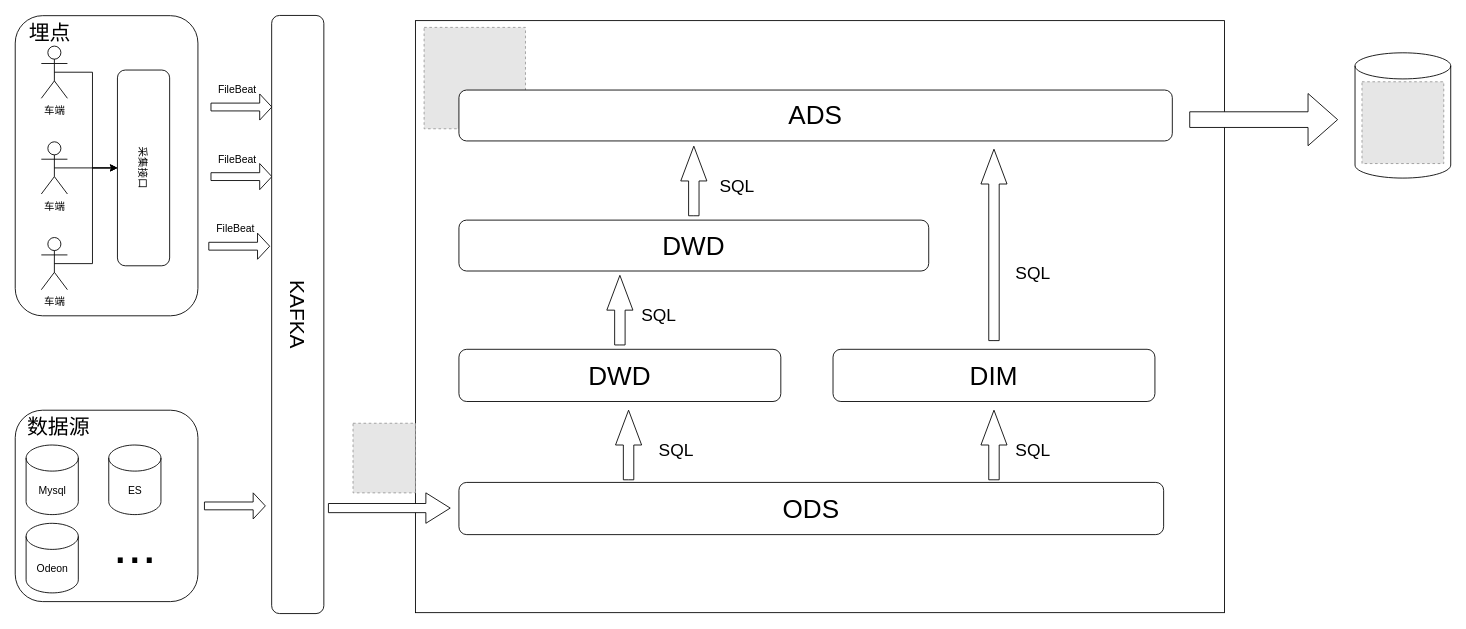
shaozc3g/draw_io keeps this draw.io diagram as page "第 2 页" (2 of 3) of 数仓方案设计一.drawio. Above is the earlier version. Source tidied: cells renumbered, new cells numbered last; positions are measured from the earlier drawing's top-left corner, leaving out a move shared by most shapes. Both pictures are drawn from the tidied source at 87%, with x=0, y=0 at pixel (-2, 15). Pictures stored in the file or linked from it are replaced by grey dashed boxes.
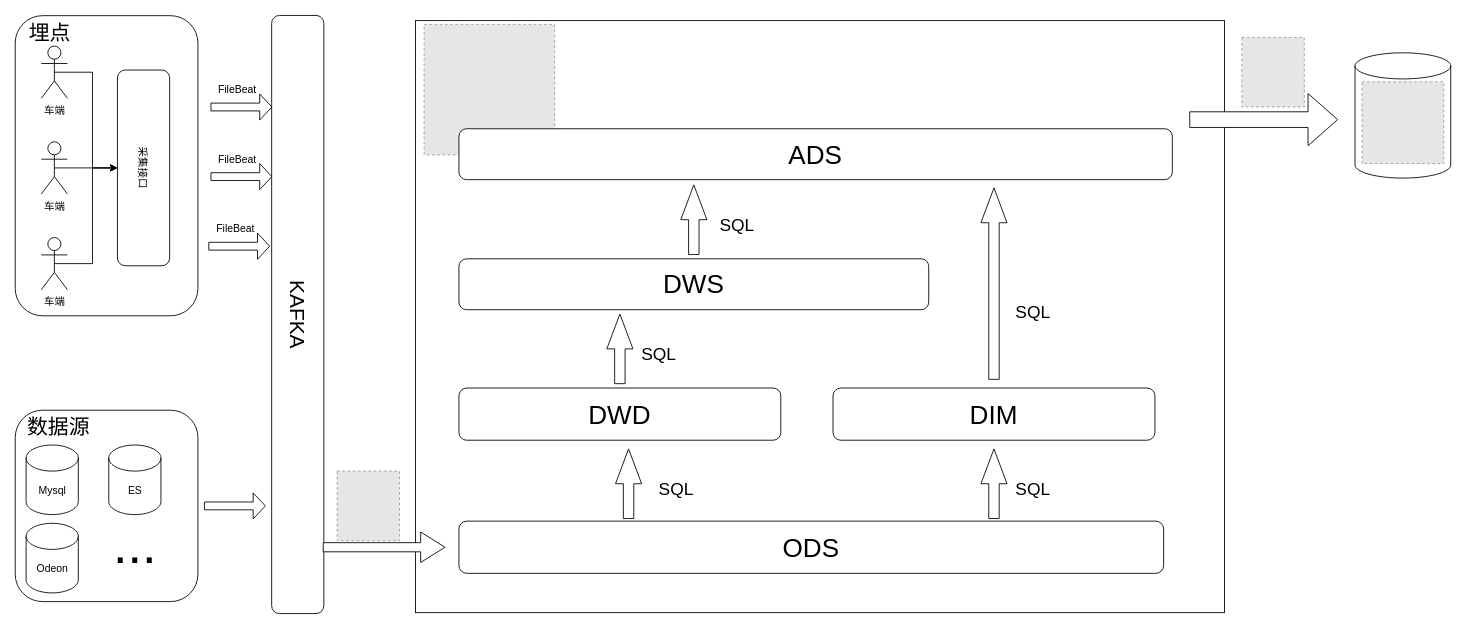
The same page after the edit.

Commit message:
更新数仓方案设计一.drawio

Diff of the diagram source:
```diff
@@
     <mxCell id="26" style="shape=singleArrow;whiteSpace=wrap;html=1;" parent="1" vertex="1">
-      <mxGeometry x="379" y="549" width="140" height="35" as="geometry" />
+      <mxGeometry x="373" y="594" width="140" height="35" as="geometry" />
     </mxCell>
     <mxCell id="27" style="fillColor=#E6E6E6;strokeColor=#999999;dashed=1;verticalLabelPosition=bottom;verticalAlign=top;" parent="1" vertex="1">
-      <mxGeometry x="407.3" y="469" width="71.7" height="80" as="geometry" />
+      <mxGeometry x="389" y="524" width="71.7" height="80" as="geometry" />
     </mxCell>
     <mxCell id="28" style="fillColor=#E6E6E6;strokeColor=#999999;dashed=1;verticalLabelPosition=bottom;verticalAlign=top;" parent="1" vertex="1">
-      <mxGeometry x="489" y="14" width="116.5" height="116.5" as="geometry" />
+      <mxGeometry x="489" y="10.5" width="150" height="150" as="geometry" />
     </mxCell>
     <mxCell id="29" value="&lt;font style=&quot;font-size: 30px;&quot;&gt;ODS&lt;/font&gt;" style="rounded=1;whiteSpace=wrap;html=1;" parent="1" vertex="1">
-      <mxGeometry x="529" y="537" width="810" height="60" as="geometry" />
+      <mxGeometry x="529" y="581.5" width="810" height="60" as="geometry" />
     </mxCell>
     <mxCell id="30" value="&lt;font style=&quot;font-size: 30px;&quot;&gt;DWD&lt;/font&gt;" style="rounded=1;whiteSpace=wrap;html=1;" parent="1" vertex="1">
-      <mxGeometry x="529" y="384" width="370" height="60" as="geometry" />
+      <mxGeometry x="529" y="428.5" width="370" height="60" as="geometry" />
     </mxCell>
     <mxCell id="31" value="&lt;font style=&quot;font-size: 30px;&quot;&gt;DIM&lt;/font&gt;" style="rounded=1;whiteSpace=wrap;html=1;" parent="1" vertex="1">
-      <mxGeometry x="959" y="384" width="370" height="60" as="geometry" />
+      <mxGeometry x="959" y="428.5" width="370" height="60" as="geometry" />
     </mxCell>
     <mxCell id="32" style="html=1;shadow=0;dashed=0;align=center;verticalAlign=middle;shape=mxgraph.arrows2.arrow;dy=0.6;dx=40;direction=north;notch=0;" parent="1" vertex="1">
-      <mxGeometry x="709" y="454" width="30" height="80" as="geometry" />
+      <mxGeometry x="709" y="498.5" width="30" height="80" as="geometry" />
     </mxCell>
     <mxCell id="33" style="html=1;shadow=0;dashed=0;align=center;verticalAlign=middle;shape=mxgraph.arrows2.arrow;dy=0.6;dx=40;direction=north;notch=0;" parent="1" vertex="1">
-      <mxGeometry x="1129" y="454" width="30" height="80" as="geometry" />
+      <mxGeometry x="1129" y="498.5" width="30" height="80" as="geometry" />
     </mxCell>
-    <mxCell id="34" value="&lt;font style=&quot;font-size: 30px;&quot;&gt;DWD&lt;/font&gt;" style="rounded=1;whiteSpace=wrap;html=1;" parent="1" vertex="1">
-      <mxGeometry x="529" y="235.5" width="540" height="58.5" as="geometry" />
+    <mxCell id="34" value="&lt;font style=&quot;font-size: 30px;&quot;&gt;DWS&lt;/font&gt;" style="rounded=1;whiteSpace=wrap;html=1;" parent="1" vertex="1">
+      <mxGeometry x="529" y="280" width="540" height="58.5" as="geometry" />
     </mxCell>
     <mxCell id="35" style="html=1;shadow=0;dashed=0;align=center;verticalAlign=middle;shape=mxgraph.arrows2.arrow;dy=0.6;dx=40;direction=north;notch=0;" parent="1" vertex="1">
-      <mxGeometry x="699" y="299" width="30" height="80" as="geometry" />
+      <mxGeometry x="699" y="343.5" width="30" height="80" as="geometry" />
     </mxCell>
     <mxCell id="36" value="ADS" style="rounded=1;whiteSpace=wrap;html=1;fontSize=30;" parent="1" vertex="1">
-      <mxGeometry x="529" y="86" width="820" height="58.5" as="geometry" />
+      <mxGeometry x="529" y="130.5" width="820" height="58.5" as="geometry" />
     </mxCell>
     <mxCell id="37" style="html=1;shadow=0;dashed=0;align=center;verticalAlign=middle;shape=mxgraph.arrows2.arrow;dy=0.6;dx=40;direction=north;notch=0;" parent="1" vertex="1">
-      <mxGeometry x="784" y="150.5" width="30" height="80" as="geometry" />
+      <mxGeometry x="784" y="195" width="30" height="80" as="geometry" />
     </mxCell>
     <mxCell id="38" style="html=1;shadow=0;dashed=0;align=center;verticalAlign=middle;shape=mxgraph.arrows2.arrow;dy=0.6;dx=40;direction=north;notch=0;" parent="1" vertex="1">
-      <mxGeometry x="1129" y="154" width="30" height="220" as="geometry" />
+      <mxGeometry x="1129" y="198.5" width="30" height="220" as="geometry" />
     </mxCell>
@@
     <mxCell id="42" value="SQL" style="text;html=1;strokeColor=none;fillColor=none;align=center;verticalAlign=middle;whiteSpace=wrap;rounded=0;fontSize=20;" parent="1" vertex="1">
-      <mxGeometry x="1159" y="280.5" width="60" height="30" as="geometry" />
+      <mxGeometry x="1159" y="325" width="60" height="30" as="geometry" />
     </mxCell>
     <mxCell id="43" value="SQL" style="text;html=1;strokeColor=none;fillColor=none;align=center;verticalAlign=middle;whiteSpace=wrap;rounded=0;fontSize=20;" parent="1" vertex="1">
-      <mxGeometry x="1159" y="484" width="60" height="30" as="geometry" />
+      <mxGeometry x="1159" y="528.5" width="60" height="30" as="geometry" />
     </mxCell>
     <mxCell id="44" value="SQL" style="text;html=1;strokeColor=none;fillColor=none;align=center;verticalAlign=middle;whiteSpace=wrap;rounded=0;fontSize=20;" parent="1" vertex="1">
-      <mxGeometry x="749" y="484" width="60" height="30" as="geometry" />
+      <mxGeometry x="749" y="528.5" width="60" height="30" as="geometry" />
     </mxCell>
     <mxCell id="45" value="SQL" style="text;html=1;strokeColor=none;fillColor=none;align=center;verticalAlign=middle;whiteSpace=wrap;rounded=0;fontSize=20;" parent="1" vertex="1">
-      <mxGeometry x="729" y="329" width="60" height="30" as="geometry" />
+      <mxGeometry x="729" y="373.5" width="60" height="30" as="geometry" />
     </mxCell>
     <mxCell id="46" value="SQL" style="text;html=1;strokeColor=none;fillColor=none;align=center;verticalAlign=middle;whiteSpace=wrap;rounded=0;fontSize=20;" parent="1" vertex="1">
-      <mxGeometry x="819" y="180.5" width="60" height="30" as="geometry" />
+      <mxGeometry x="819" y="225" width="60" height="30" as="geometry" />
     </mxCell>
+    <mxCell id="47" style="fillColor=#E6E6E6;strokeColor=#999999;dashed=1;verticalLabelPosition=bottom;verticalAlign=top;" parent="1" vertex="1">
+      <mxGeometry x="1429" y="25.5" width="71.7" height="80" as="geometry" />
+    </mxCell>
```
